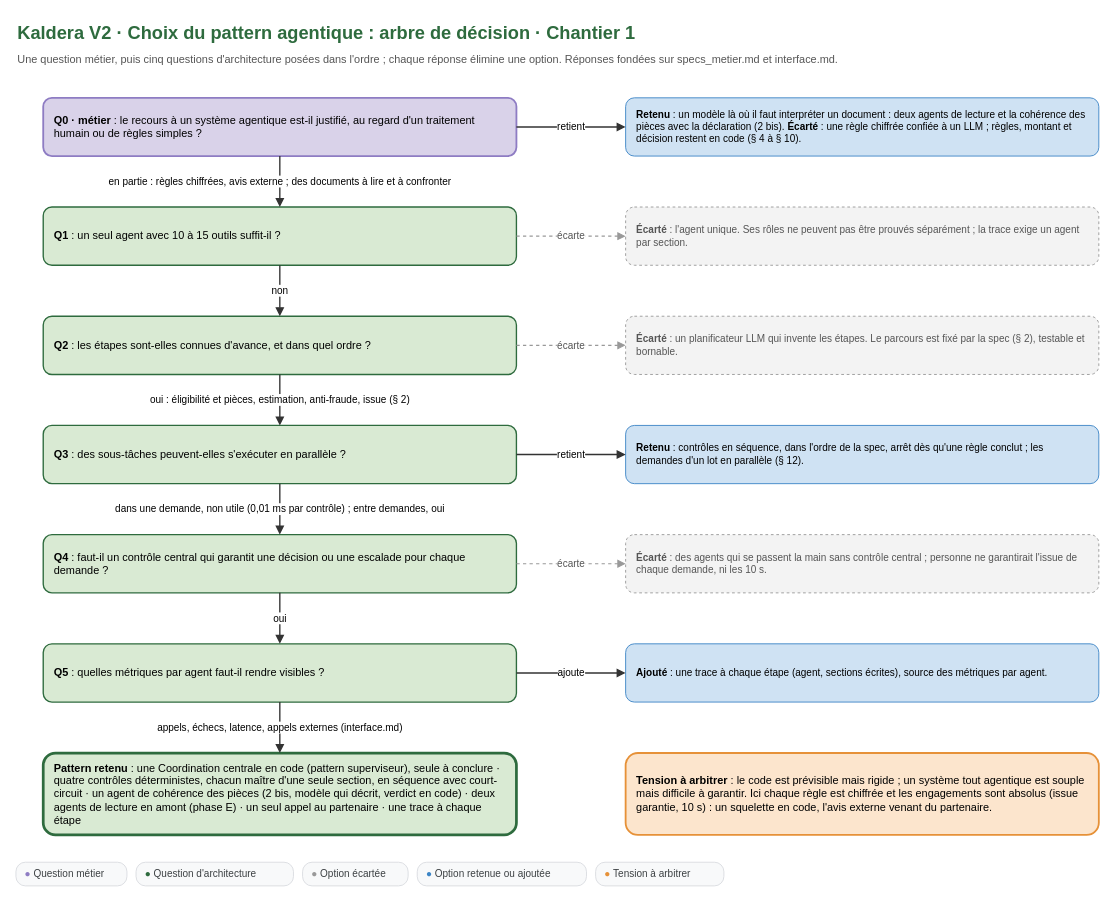
Above: conception/schemas/schema-0-arbre-de-decision.drawio in Ganda15/kaldera-bout-en-bout_v2 (draw.io), before the change. Source tidied: cells renumbered, new cells numbered last; positions are measured from the earlier drawing's top-left corner, leaving out a move shared by most shapes. Both pictures are drawn from the tidied source at 91%, with x=0, y=0 at pixel (15, 15).
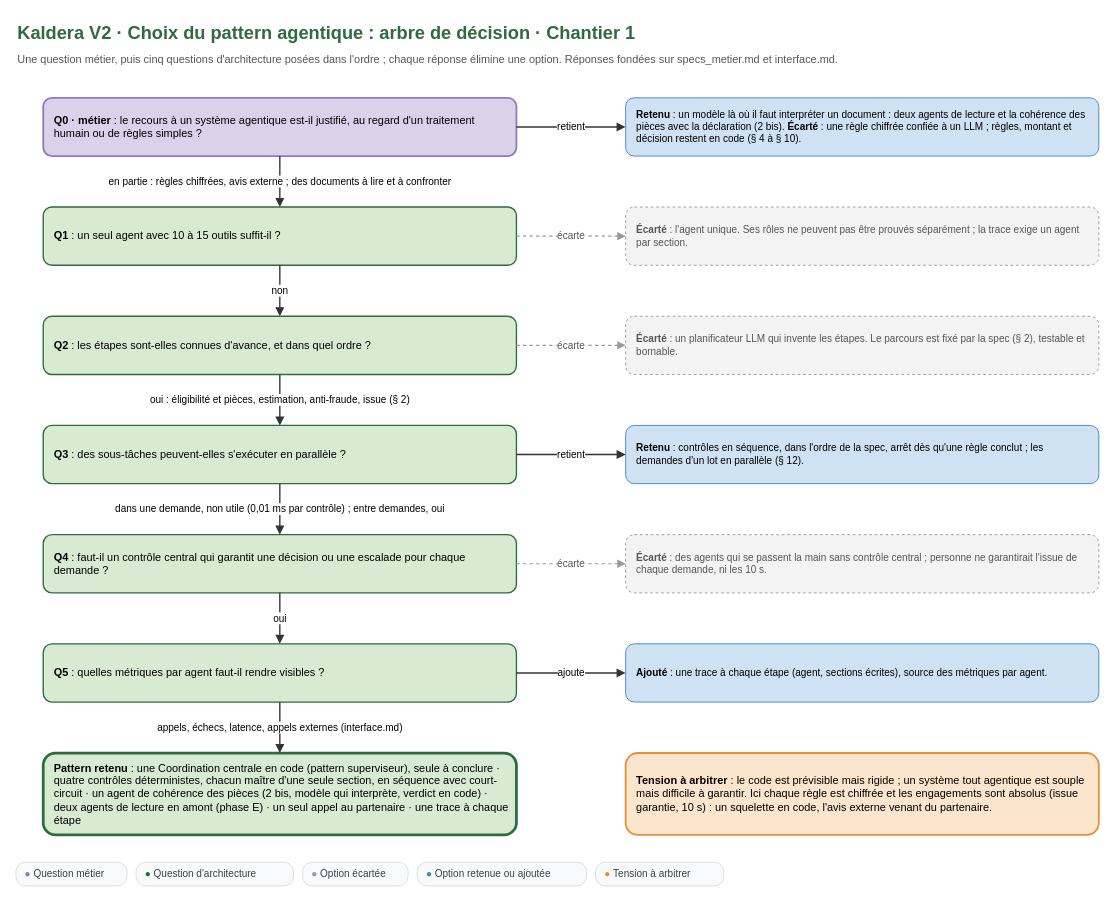
The same page after the edit.

Diff of the diagram source:
```diff
@@
-    <mxCell id="22" value="&lt;b&gt;Pattern retenu&lt;/b&gt; : une Coordination centrale en code (pattern superviseur), seule à conclure · quatre contrôles déterministes, chacun maître d'une seule section, en séquence avec court-circuit · un agent de cohérence des pièces (2 bis, modèle qui décrit, verdict en code) · deux agents de lecture en amont (phase E) · un seul appel au partenaire · une trace à chaque étape" style="whiteSpace=wrap;html=1;fontFamily=Arial;fontSize=12;align=left;spacingLeft=10;spacingRight=8;verticalAlign=top;spacingTop=6;verticalAlign=middle;spacingTop=0;rounded=1;fillColor=#d9ead3;strokeColor=#2E6B3E;strokeWidth=3;" parent="1" vertex="1">
+    <mxCell id="22" value="&lt;b&gt;Pattern retenu&lt;/b&gt; : une Coordination centrale en code (pattern superviseur), seule à conclure · quatre contrôles déterministes, chacun maître d'une seule section, en séquence avec court-circuit · un agent de cohérence des pièces (2 bis, modèle qui interprète, verdict en code) · deux agents de lecture en amont (phase E) · un seul appel au partenaire · une trace à chaque étape" style="whiteSpace=wrap;html=1;fontFamily=Arial;fontSize=12;align=left;spacingLeft=10;spacingRight=8;verticalAlign=top;spacingTop=6;verticalAlign=middle;spacingTop=0;rounded=1;fillColor=#d9ead3;strokeColor=#2E6B3E;strokeWidth=3;" parent="1" vertex="1">
       <mxGeometry x="30" y="810" width="520" height="90" as="geometry" />
     </mxCell>
```
